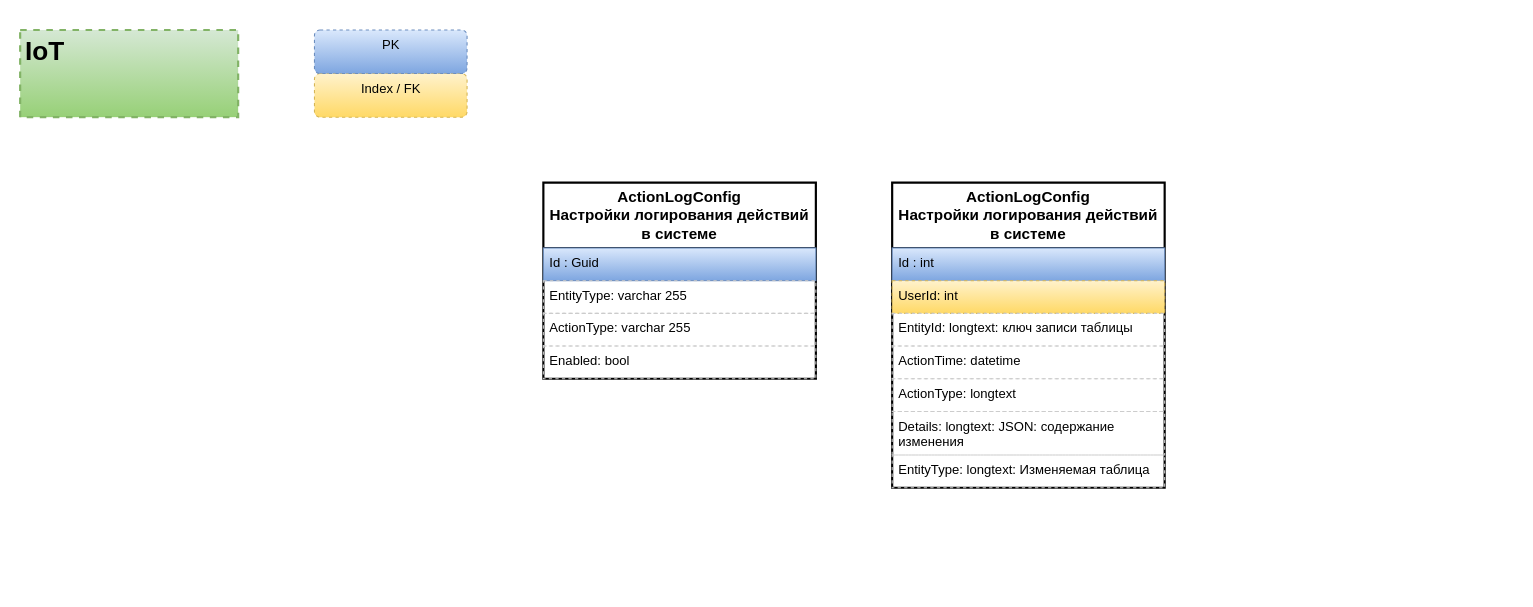
Before: page "HR/Core" (6 of 6) of ASCOA_DB_Structure.drawio in tvolodi-ab/ASCOA, a draw.io diagram. Source tidied: cells renumbered, new cells numbered last; positions are measured from the earlier drawing's top-left corner, leaving out a move shared by most shapes. Both pictures are drawn from the tidied source at 109%, with x=0, y=0 at pixel (20, 29).
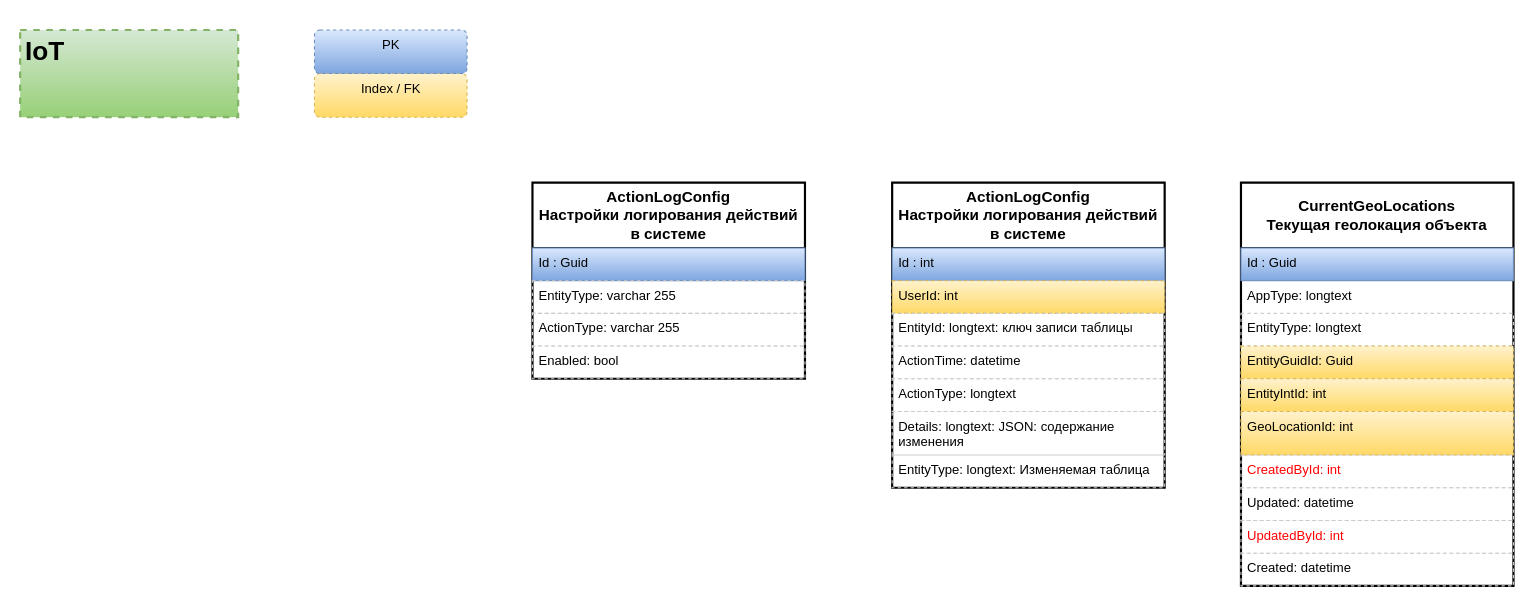
Above is the later version.

What changed in the source:
```diff
@@
     <mxCell id="4" value="ActionLogConfig&#10;Настройки логирования действий в системе" style="swimlane;fontStyle=1;horizontal=1;startSize=60;align=center;fontSize=14;whiteSpace=wrap;strokeWidth=2;" parent="1" vertex="1">
-      <mxGeometry x="480" y="140" width="250" height="180" as="geometry" />
+      <mxGeometry x="470" y="140" width="250" height="180" as="geometry" />
     </mxCell>
@@
+    <mxCell id="18" value="CurrentGeoLocations&#10;Текущая геолокация объекта" style="swimlane;fontStyle=1;horizontal=1;startSize=60;align=center;fontSize=14;whiteSpace=wrap;strokeWidth=2;" parent="1" vertex="1">
+      <mxGeometry x="1120" y="140" width="250" height="370" as="geometry" />
+    </mxCell>
+    <mxCell id="19" value="Id : Guid" style="text;strokeColor=#6c8ebf;fillColor=#dae8fc;spacingLeft=4;spacingRight=4;overflow=hidden;fontSize=12;gradientColor=#7ea6e0;" parent="18" vertex="1">
+      <mxGeometry y="60" width="250" height="30" as="geometry" />
+    </mxCell>
+    <mxCell id="20" value="AppType: longtext" style="text;spacingLeft=4;spacingRight=4;overflow=hidden;fontSize=12;dashed=1;" parent="18" vertex="1">
+      <mxGeometry y="90" width="250" height="30" as="geometry" />
+    </mxCell>
+    <mxCell id="21" value="EntityType: longtext" style="text;spacingLeft=4;spacingRight=4;overflow=hidden;fontSize=12;dashed=1;strokeColor=#CCCCCC;fontColor=#000000;" parent="18" vertex="1">
+      <mxGeometry y="120" width="250" height="30" as="geometry" />
+    </mxCell>
+    <mxCell id="22" value="EntityGuidId: Guid" style="text;spacingLeft=4;spacingRight=4;overflow=hidden;fontSize=12;dashed=1;strokeColor=#d6b656;fillColor=#fff2cc;gradientColor=#ffd966;" parent="18" vertex="1">
+      <mxGeometry y="150" width="250" height="30" as="geometry" />
+    </mxCell>
+    <mxCell id="23" value="EntityIntId: int" style="text;spacingLeft=4;spacingRight=4;overflow=hidden;fontSize=12;dashed=1;strokeColor=#d6b656;fillColor=#fff2cc;gradientColor=#ffd966;" parent="18" vertex="1">
+      <mxGeometry y="180" width="250" height="30" as="geometry" />
+    </mxCell>
+    <mxCell id="24" value="GeoLocationId: int" style="text;spacingLeft=4;spacingRight=4;overflow=hidden;fontSize=12;dashed=1;strokeColor=#d6b656;whiteSpace=wrap;fillColor=#fff2cc;gradientColor=#ffd966;" parent="18" vertex="1">
+      <mxGeometry y="210" width="250" height="40" as="geometry" />
+    </mxCell>
+    <mxCell id="25" value="CreatedById: int" style="text;spacingLeft=4;spacingRight=4;overflow=hidden;fontSize=12;dashed=1;strokeColor=#CCCCCC;fontColor=#FF0000;" parent="18" vertex="1">
+      <mxGeometry y="250" width="250" height="30" as="geometry" />
+    </mxCell>
+    <mxCell id="26" value="Updated: datetime" style="text;spacingLeft=4;spacingRight=4;overflow=hidden;fontSize=12;dashed=1;strokeColor=#CCCCCC;" parent="18" vertex="1">
+      <mxGeometry y="280" width="250" height="30" as="geometry" />
+    </mxCell>
+    <mxCell id="27" value="UpdatedById: int" style="text;strokeColor=#CCCCCC;fillColor=none;spacingLeft=4;spacingRight=4;overflow=hidden;fontSize=12;dashed=1;fontColor=#FF0000;" parent="18" vertex="1">
+      <mxGeometry y="310" width="250" height="30" as="geometry" />
+    </mxCell>
+    <mxCell id="28" value="Created: datetime" style="text;spacingLeft=4;spacingRight=4;overflow=hidden;fontSize=12;dashed=1;strokeColor=#CCCCCC;" parent="18" vertex="1">
+      <mxGeometry y="340" width="250" height="30" as="geometry" />
+    </mxCell>
```
